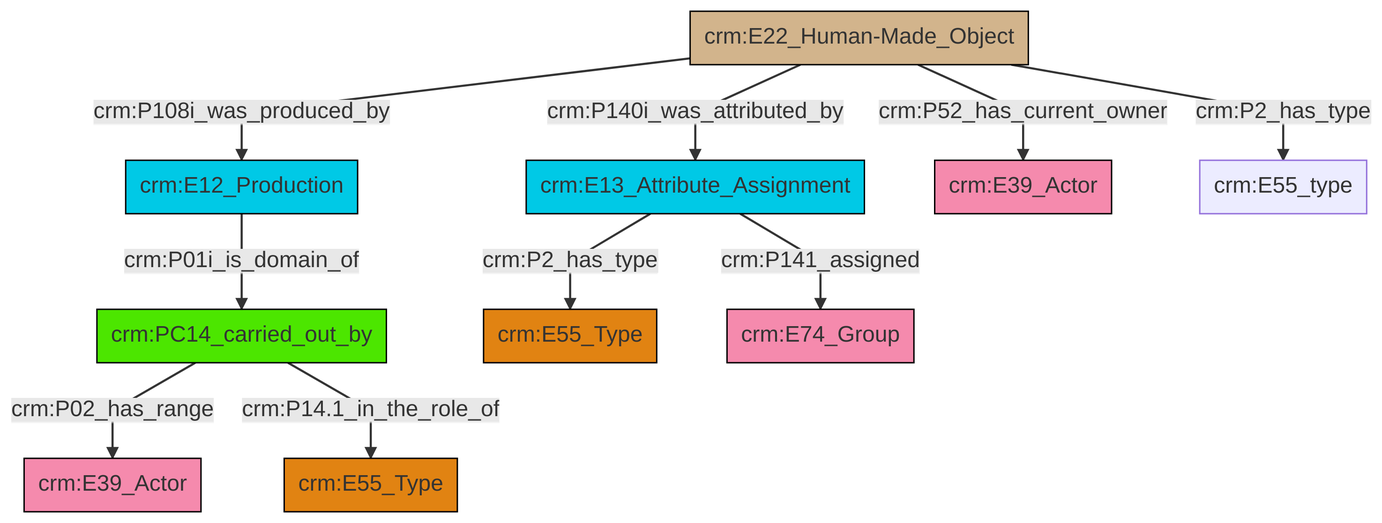
Above: et/builtWorkCSV/ttl/mmd/png/Built_Work_actor_relations.png in swiss-art-research-net/reference-data-models (Mermaid), before the change. Its source is kept beside it as et/builtWorkCSV/ttl/mmd/Built_Work_actor_relations.ttl.mmd.
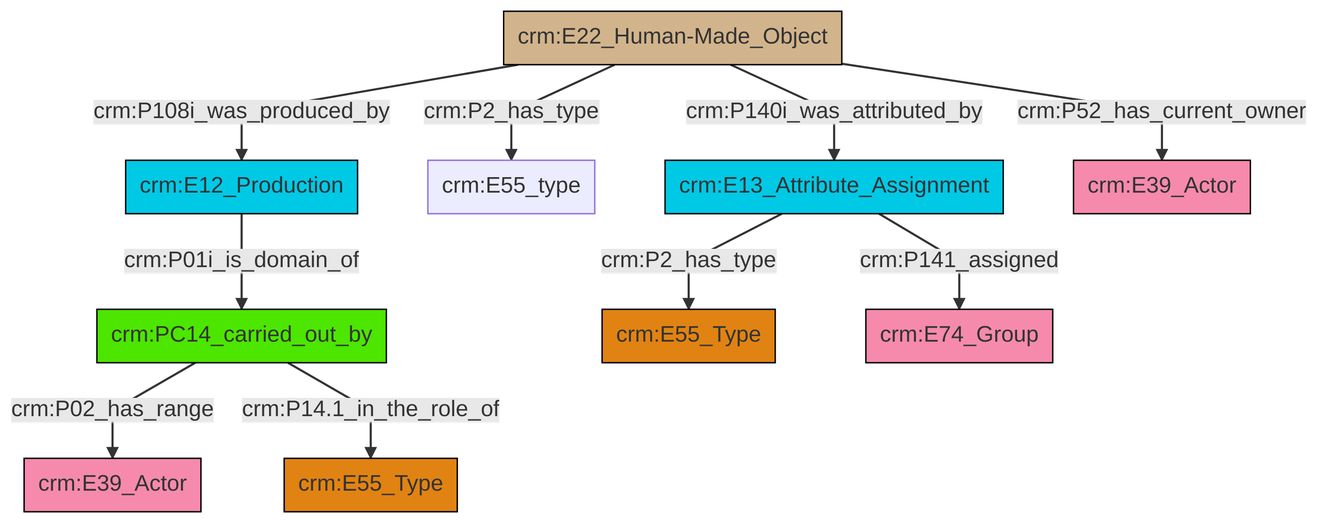
The same file after the commit.

The edit, as a diff of the source:
```diff
@@ -13,12 +13,12 @@
 classDef PC_Classes fill:#4ce600, stroke:#000000;
 classDef Multi fill:#cccccc,stroke:#000000;
 
-2["crm:PC14_carried_out_by"]:::PC_Classes -->|crm:P02_has_range| 3["crm:E39_Actor"]:::Actor
-4["crm:E22_Human-Made_Object"]:::Physical_Thing -->|crm:P108i_was_produced_by| 5["crm:E12_Production"]:::Temporal_Entity
-0["crm:E13_Attribute_Assignment"]:::Temporal_Entity -->|crm:P141_assigned| 12["crm:E74_Group"]:::Actor
-4["crm:E22_Human-Made_Object"]:::Physical_Thing -->|crm:P140i_was_attributed_by| 0["crm:E13_Attribute_Assignment"]:::Temporal_Entity
-5["crm:E12_Production"]:::Temporal_Entity -->|crm:P01i_is_domain_of| 2["crm:PC14_carried_out_by"]:::PC_Classes
-4["crm:E22_Human-Made_Object"]:::Physical_Thing -->|crm:P52_has_current_owner| 16["crm:E39_Actor"]:::Actor
-0["crm:E13_Attribute_Assignment"]:::Temporal_Entity -->|crm:P2_has_type| 9["crm:E55_Type"]:::Type
-2["crm:PC14_carried_out_by"]:::PC_Classes -->|crm:P14.1_in_the_role_of| 6["crm:E55_Type"]:::Type
-4["crm:E22_Human-Made_Object"]:::Physical_Thing -->|crm:P2_has_type| 18["crm:E55_type"]:::Default
+0["crm:PC14_carried_out_by"]:::PC_Classes -->|crm:P02_has_range| 1["crm:E39_Actor"]:::Actor
+2["crm:E22_Human-Made_Object"]:::Physical_Thing -->|crm:P140i_was_attributed_by| 3["crm:E13_Attribute_Assignment"]:::Temporal_Entity
+0["crm:PC14_carried_out_by"]:::PC_Classes -->|crm:P14.1_in_the_role_of| 9["crm:E55_Type"]:::Type
+3["crm:E13_Attribute_Assignment"]:::Temporal_Entity -->|crm:P2_has_type| 7["crm:E55_Type"]:::Type
+11["crm:E12_Production"]:::Temporal_Entity -->|crm:P01i_is_domain_of| 0["crm:PC14_carried_out_by"]:::PC_Classes
+3["crm:E13_Attribute_Assignment"]:::Temporal_Entity -->|crm:P141_assigned| 13["crm:E74_Group"]:::Actor
+2["crm:E22_Human-Made_Object"]:::Physical_Thing -->|crm:P52_has_current_owner| 14["crm:E39_Actor"]:::Actor
+2["crm:E22_Human-Made_Object"]:::Physical_Thing -->|crm:P108i_was_produced_by| 11["crm:E12_Production"]:::Temporal_Entity
+2["crm:E22_Human-Made_Object"]:::Physical_Thing -->|crm:P2_has_type| 5["crm:E55_type"]:::Default
```
